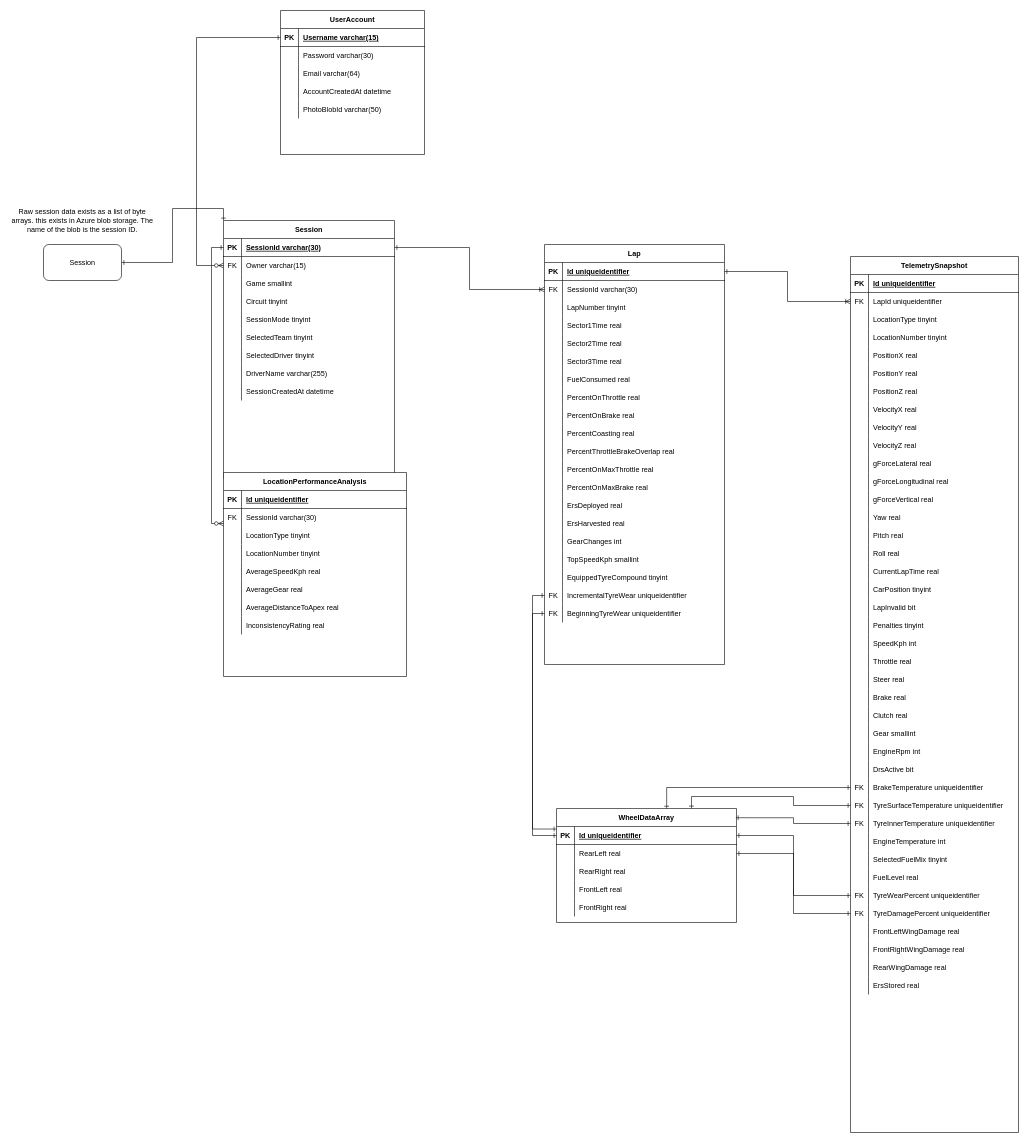
The draw.io diagram page "Sessions" (1 of 4) of ApexVisualErd.drawio in TimHanewich/ApexVisualLibrary, before the edit. Source tidied: cells renumbered, new cells numbered last; positions are measured from the earlier drawing's top-left corner, leaving out a move shared by most shapes. Both pictures are drawn from the tidied source at 60%, with x=0, y=0 at pixel (10, 10).
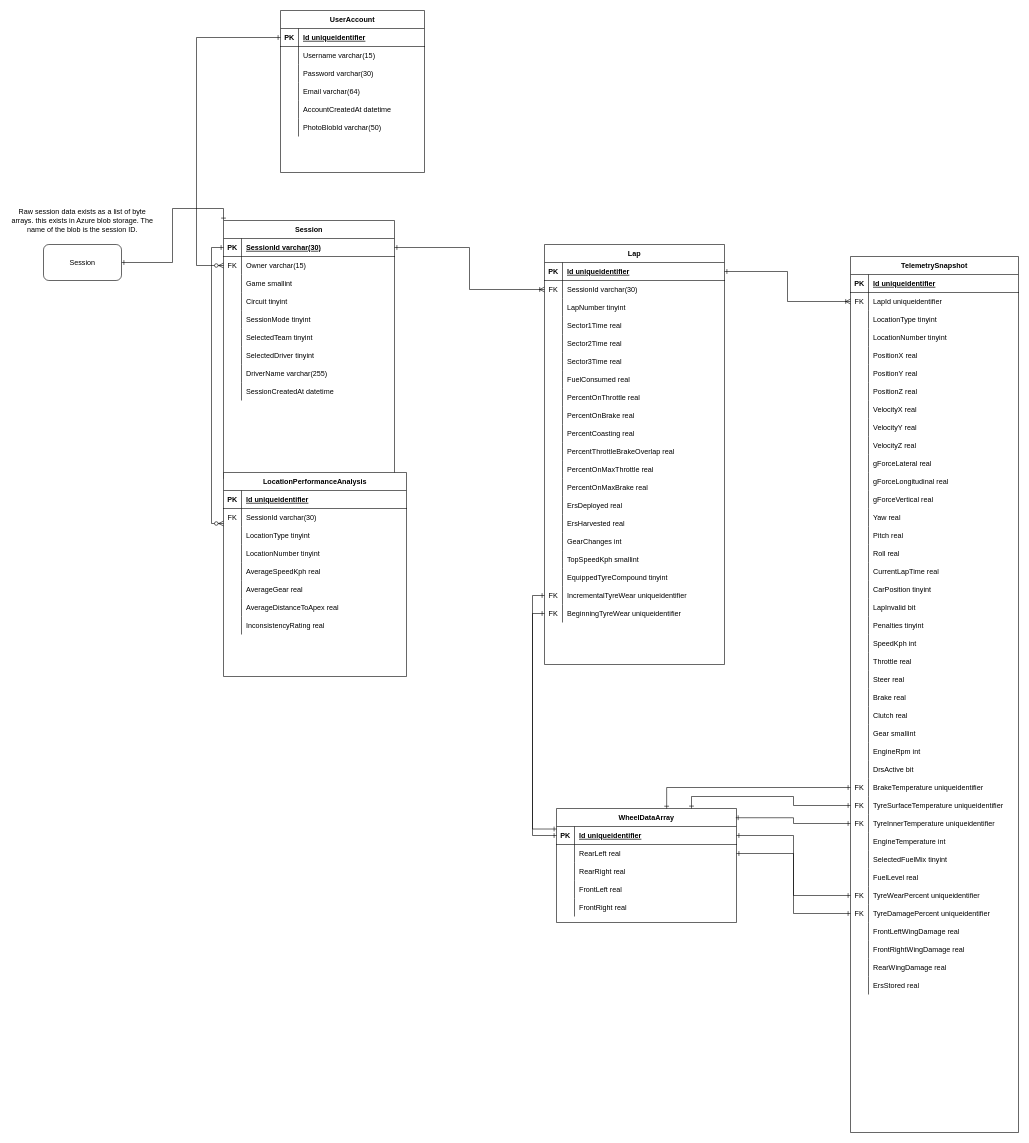
Above is the later version.

Commit message:
Added PK GUID to UserAccount table in ERD

The change refers to these unchanged cells:
```xml
<mxCell id="267" style="shape=partialRectangle;fillColor=none;top=0;left=0;bottom=1;right=0;points=[[0,0.5],[1,0.5]];portConstraint=eastwest;" parent="266" vertex="1">
  <mxGeometry y="30" width="240" height="30" as="geometry" />
</mxCell>
```

The edit, as a diff of the source:
```diff
@@
     <mxCell id="266" value="UserAccount" style="shape=table;startSize=30;childLayout=tableLayout;rowLines=0;fontStyle=1;align=center;" parent="1" vertex="1">
-      <mxGeometry x="450" width="240" height="240" as="geometry" />
+      <mxGeometry x="450" width="240" height="270" as="geometry" />
     </mxCell>
@@
-    <mxCell id="269" value="Username varchar(15)" style="shape=partialRectangle;fillColor=none;top=0;left=0;bottom=0;right=0;align=left;spacingLeft=6;fontStyle=5;overflow=hidden;" parent="267" vertex="1">
+    <mxCell id="269" value="Id uniqueidentifier" style="shape=partialRectangle;fillColor=none;top=0;left=0;bottom=0;right=0;align=left;spacingLeft=6;fontStyle=5;overflow=hidden;" parent="267" vertex="1">
       <mxGeometry x="30" width="210" height="30" as="geometry" />
     </mxCell>
+    <mxCell id="283" style="shape=partialRectangle;fillColor=none;top=0;left=0;bottom=0;right=0;" parent="266" vertex="1">
+      <mxGeometry y="60" width="240" height="30" as="geometry" />
+    </mxCell>
+    <mxCell id="284" style="shape=partialRectangle;fillColor=none;top=0;left=0;bottom=0;right=0;overflow=hidden;" parent="283" vertex="1">
+      <mxGeometry width="30" height="30" as="geometry" />
+    </mxCell>
+    <mxCell id="285" value="Username varchar(15)" style="shape=partialRectangle;fillColor=none;top=0;left=0;bottom=0;right=0;align=left;spacingLeft=6;overflow=hidden;" parent="283" vertex="1">
+      <mxGeometry x="30" width="210" height="30" as="geometry" />
+    </mxCell>
     <mxCell id="270" style="shape=partialRectangle;fillColor=none;top=0;left=0;bottom=0;right=0;" parent="266" vertex="1">
-      <mxGeometry y="60" width="240" height="30" as="geometry" />
+      <mxGeometry y="90" width="240" height="30" as="geometry" />
     </mxCell>
@@
     <mxCell id="273" style="shape=partialRectangle;fillColor=none;top=0;left=0;bottom=0;right=0;" parent="266" vertex="1">
-      <mxGeometry y="90" width="240" height="30" as="geometry" />
+      <mxGeometry y="120" width="240" height="30" as="geometry" />
     </mxCell>
@@
     <mxCell id="276" style="shape=partialRectangle;fillColor=none;top=0;left=0;bottom=0;right=0;" parent="266" vertex="1">
-      <mxGeometry y="120" width="240" height="30" as="geometry" />
+      <mxGeometry y="150" width="240" height="30" as="geometry" />
     </mxCell>
@@
     <mxCell id="279" style="shape=partialRectangle;fillColor=none;top=0;left=0;bottom=0;right=0;" parent="266" vertex="1">
-      <mxGeometry y="150" width="240" height="30" as="geometry" />
+      <mxGeometry y="180" width="240" height="30" as="geometry" />
     </mxCell>
```
